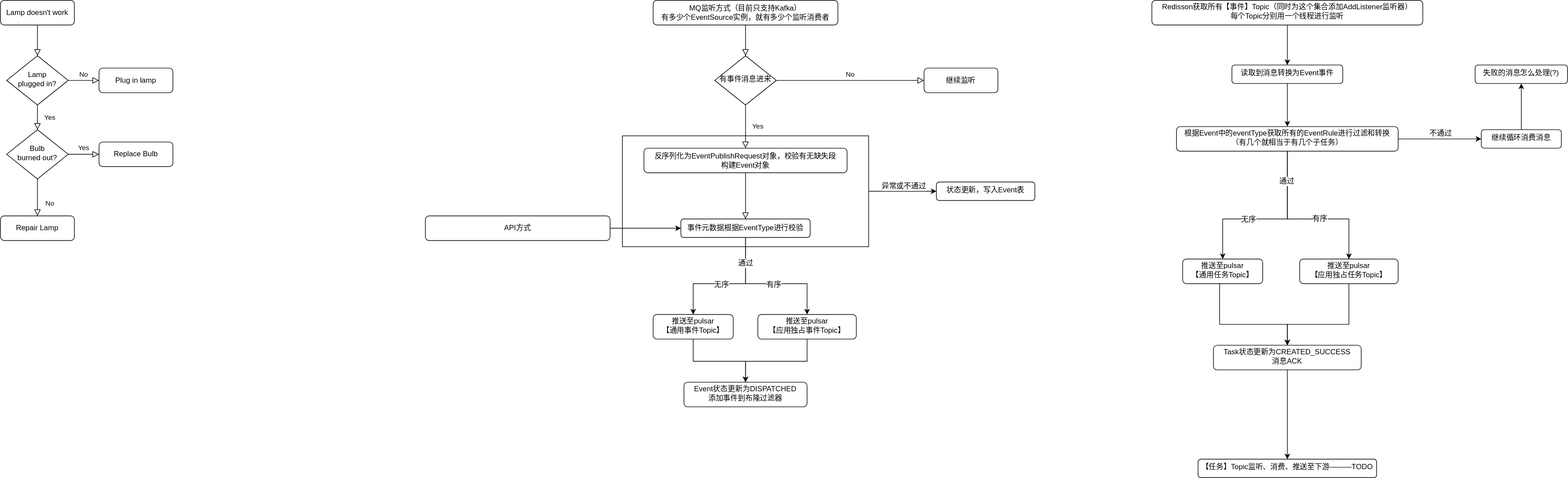
This is 事件.drawio.svg from 1171229771/draw, a draw.io export, as it was before one commit. Source tidied: cells renumbered, new cells last; positions are measured from the earlier drawing's top-left corner, leaving out a move shared by most shapes.
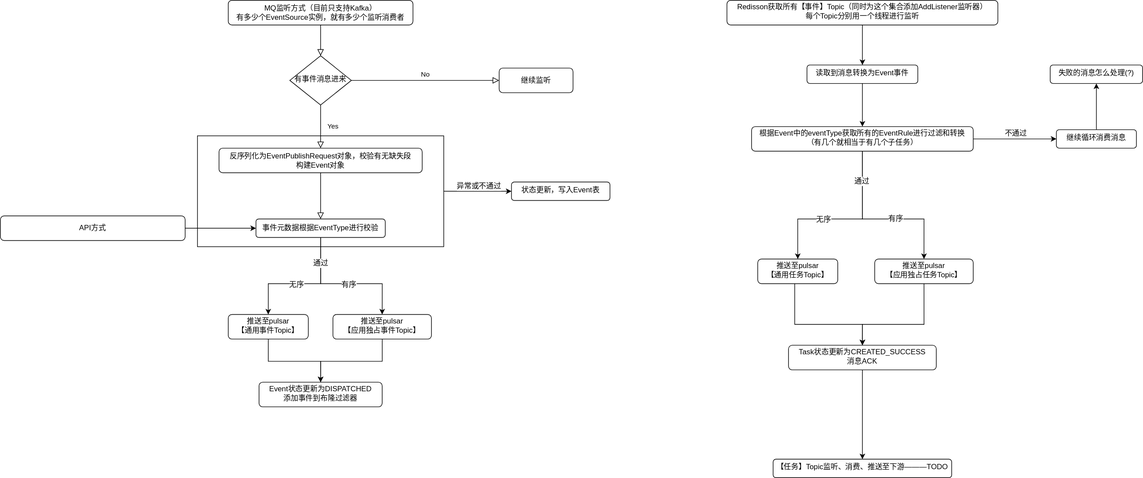
The same file after the commit.

The edit, as a diff of the source:
```diff
@@ -5,39 +5,6 @@
     <mxCell id="2" style="rounded=0;whiteSpace=wrap;html=1;shadow=0;strokeColor=default;strokeWidth=1;align=center;verticalAlign=middle;spacingTop=-4;spacing=6;fontFamily=Helvetica;fontSize=12;fontColor=default;fillColor=default;" parent="1" vertex="1">
       <mxGeometry x="1010" y="220" width="400" height="180" as="geometry" />
     </mxCell>
-    <mxCell id="3" style="rounded=0;html=1;jettySize=auto;fontSize=11;endArrow=block;endFill=0;endSize=8;strokeWidth=1;shadow=0;labelBackgroundColor=none;edgeStyle=orthogonalEdgeStyle;" parent="1" edge="1" source="4" target="7">
-      <mxGeometry relative="1" as="geometry" />
-    </mxCell>
-    <mxCell id="4" value="Lamp doesn't work" style="rounded=1;whiteSpace=wrap;html=1;fontSize=12;glass=0;strokeWidth=1;shadow=0;" parent="1" vertex="1">
-      <mxGeometry width="120" height="40" as="geometry" />
-    </mxCell>
-    <mxCell id="5" value="Yes" style="rounded=0;html=1;jettySize=auto;fontSize=11;endArrow=block;endFill=0;endSize=8;strokeWidth=1;shadow=0;labelBackgroundColor=none;edgeStyle=orthogonalEdgeStyle;" parent="1" edge="1" source="7" target="11">
-      <mxGeometry y="20" relative="1" as="geometry" />
-    </mxCell>
-    <mxCell id="6" value="No" style="edgeStyle=orthogonalEdgeStyle;rounded=0;html=1;jettySize=auto;fontSize=11;endArrow=block;endFill=0;endSize=8;strokeWidth=1;shadow=0;labelBackgroundColor=none;" parent="1" edge="1" source="7" target="8">
-      <mxGeometry y="10" relative="1" as="geometry" />
-    </mxCell>
-    <mxCell id="7" value="Lamp&lt;br&gt;plugged in?" style="rhombus;whiteSpace=wrap;html=1;shadow=0;fontFamily=Helvetica;fontSize=12;align=center;strokeWidth=1;spacing=6;spacingTop=-4;" parent="1" vertex="1">
-      <mxGeometry x="10" y="90" width="100" height="80" as="geometry" />
-    </mxCell>
-    <mxCell id="8" value="Plug in lamp" style="rounded=1;whiteSpace=wrap;html=1;fontSize=12;glass=0;strokeWidth=1;shadow=0;" parent="1" vertex="1">
-      <mxGeometry x="160" y="110" width="120" height="40" as="geometry" />
-    </mxCell>
-    <mxCell id="9" value="No" style="rounded=0;html=1;jettySize=auto;fontSize=11;endArrow=block;endFill=0;endSize=8;strokeWidth=1;shadow=0;labelBackgroundColor=none;edgeStyle=orthogonalEdgeStyle;" parent="1" edge="1" source="11" target="12">
-      <mxGeometry x="0.33" y="20" relative="1" as="geometry" />
-    </mxCell>
-    <mxCell id="10" value="Yes" style="edgeStyle=orthogonalEdgeStyle;rounded=0;html=1;jettySize=auto;fontSize=11;endArrow=block;endFill=0;endSize=8;strokeWidth=1;shadow=0;labelBackgroundColor=none;" parent="1" edge="1" source="11" target="13">
-      <mxGeometry y="10" relative="1" as="geometry" />
-    </mxCell>
-    <mxCell id="11" value="Bulb&lt;br&gt;burned out?" style="rhombus;whiteSpace=wrap;html=1;shadow=0;fontFamily=Helvetica;fontSize=12;align=center;strokeWidth=1;spacing=6;spacingTop=-4;" parent="1" vertex="1">
-      <mxGeometry x="10" y="210" width="100" height="80" as="geometry" />
-    </mxCell>
-    <mxCell id="12" value="Repair Lamp" style="rounded=1;whiteSpace=wrap;html=1;fontSize=12;glass=0;strokeWidth=1;shadow=0;" parent="1" vertex="1">
-      <mxGeometry y="350" width="120" height="40" as="geometry" />
-    </mxCell>
-    <mxCell id="13" value="Replace Bulb" style="rounded=1;whiteSpace=wrap;html=1;fontSize=12;glass=0;strokeWidth=1;shadow=0;" parent="1" vertex="1">
-      <mxGeometry x="160" y="230" width="120" height="40" as="geometry" />
-    </mxCell>
     <mxCell id="14" style="rounded=0;html=1;jettySize=auto;fontSize=11;endArrow=block;endFill=0;endSize=8;strokeWidth=1;shadow=0;labelBackgroundColor=none;edgeStyle=orthogonalEdgeStyle;" parent="1" edge="1" source="15" target="17">
       <mxGeometry relative="1" as="geometry" />
     </mxCell>
```
